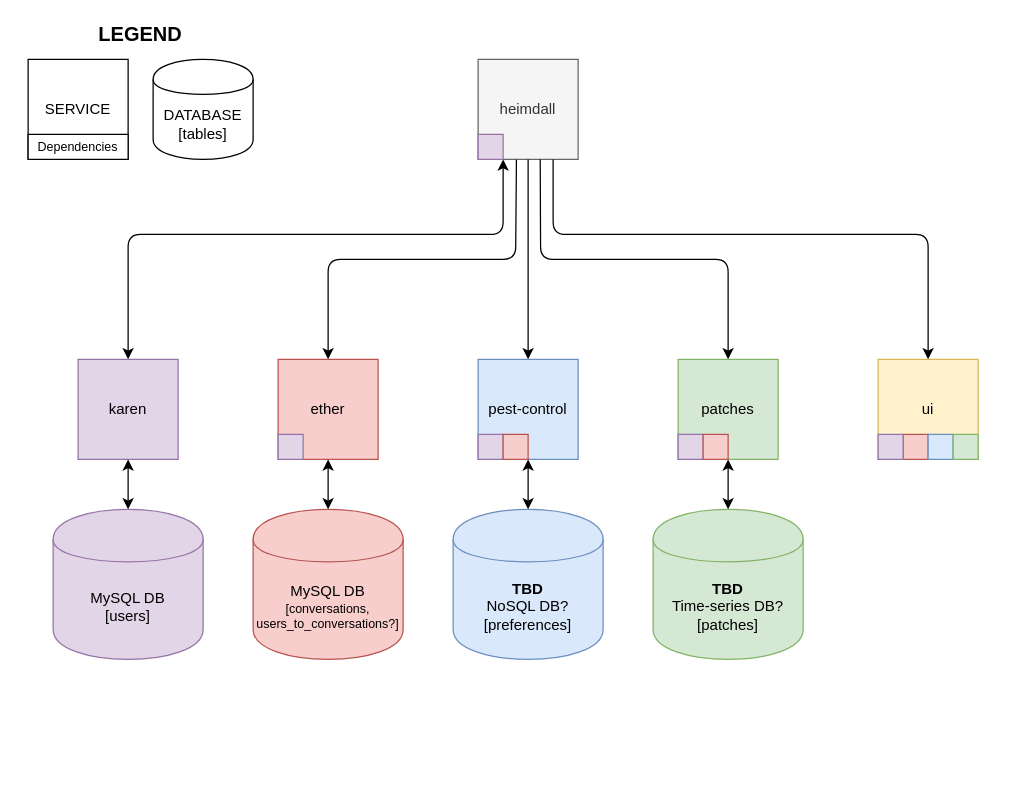
Above: diagrams/riht_microservices.drawio in schramm-famm/docs (draw.io), before the change. Source tidied: cells renumbered, new cells numbered last; positions are measured from the earlier drawing's top-left corner, leaving out a move shared by most shapes. Both pictures are drawn from the tidied source at 125%, with x=0, y=0 at pixel (28, 21).
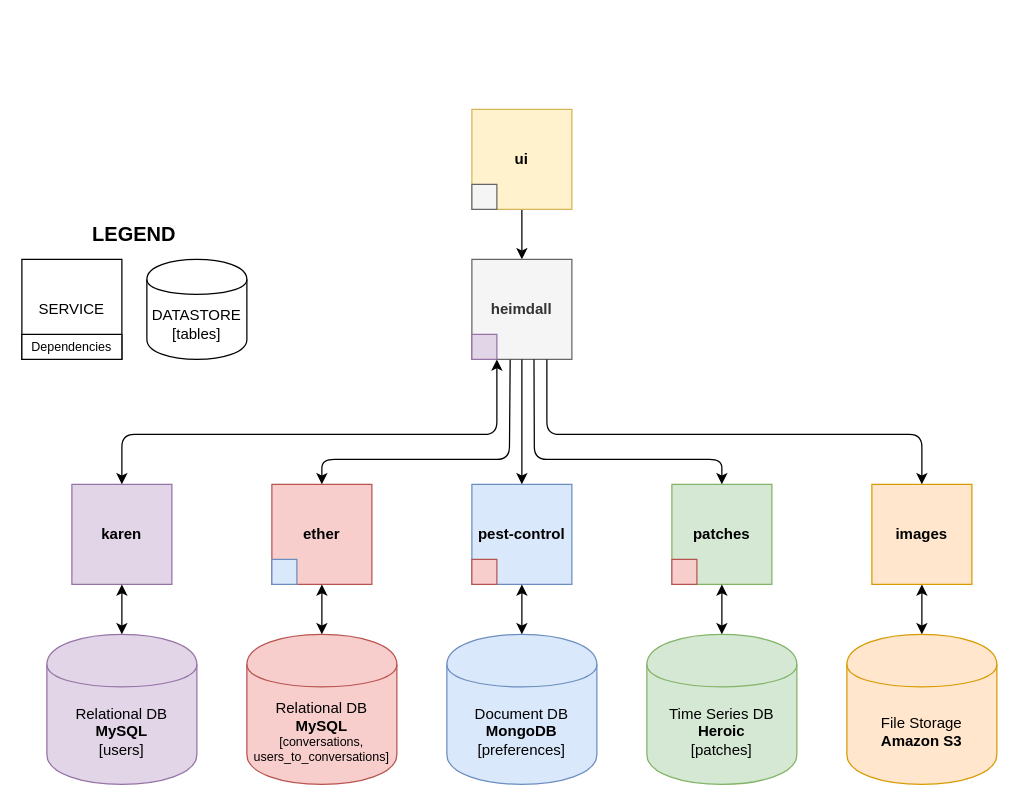
After the change.

Commit message (it also covers changes not shown here):
Update microservices diagram

Diff of the diagram source:
```diff
@@
-    <mxCell id="2" value="&lt;div&gt;ether&lt;/div&gt;" style="whiteSpace=wrap;html=1;fillColor=#f8cecc;strokeColor=#b85450;" parent="1" vertex="1">
-      <mxGeometry x="200" y="270" width="80" height="80" as="geometry" />
+    <mxCell id="2" value="&lt;div&gt;&lt;b&gt;ether&lt;/b&gt;&lt;/div&gt;" style="whiteSpace=wrap;html=1;fillColor=#f8cecc;strokeColor=#b85450;" parent="1" vertex="1">
+      <mxGeometry x="195" y="370" width="80" height="80" as="geometry" />
     </mxCell>
-    <mxCell id="3" value="&lt;div&gt;pest-control&lt;/div&gt;" style="whiteSpace=wrap;html=1;fillColor=#dae8fc;strokeColor=#6c8ebf;" parent="1" vertex="1">
-      <mxGeometry x="360" y="270" width="80" height="80" as="geometry" />
+    <mxCell id="3" value="&lt;div&gt;&lt;b&gt;pest-control&lt;/b&gt;&lt;/div&gt;" style="whiteSpace=wrap;html=1;fillColor=#dae8fc;strokeColor=#6c8ebf;" parent="1" vertex="1">
+      <mxGeometry x="355" y="370" width="80" height="80" as="geometry" />
     </mxCell>
-    <mxCell id="4" value="&lt;div&gt;patches&lt;/div&gt;" style="whiteSpace=wrap;html=1;fillColor=#d5e8d4;strokeColor=#82b366;" parent="1" vertex="1">
-      <mxGeometry x="520" y="270" width="80" height="80" as="geometry" />
+    <mxCell id="4" value="&lt;div&gt;&lt;b&gt;patches&lt;/b&gt;&lt;/div&gt;" style="whiteSpace=wrap;html=1;fillColor=#d5e8d4;strokeColor=#82b366;" parent="1" vertex="1">
+      <mxGeometry x="515" y="370" width="80" height="80" as="geometry" />
     </mxCell>
+    <mxCell id="35" style="edgeStyle=orthogonalEdgeStyle;rounded=0;jettySize=auto;html=1;exitX=0.5;exitY=1;exitDx=0;exitDy=0;entryX=0.5;entryY=0;entryDx=0;entryDy=0;" parent="1" edge="1" source="5" target="13">
+      <mxGeometry relative="1" as="geometry" />
+    </mxCell>
-    <mxCell id="5" value="&lt;div&gt;ui&lt;/div&gt;" style="whiteSpace=wrap;html=1;fillColor=#fff2cc;strokeColor=#d6b656;" parent="1" vertex="1">
-      <mxGeometry x="680" y="270" width="80" height="80" as="geometry" />
+    <mxCell id="5" value="&lt;div&gt;&lt;b&gt;ui&lt;/b&gt;&lt;/div&gt;" style="whiteSpace=wrap;html=1;fillColor=#fff2cc;strokeColor=#d6b656;" parent="1" vertex="1">
+      <mxGeometry x="355" y="70" width="80" height="80" as="geometry" />
     </mxCell>
-    <mxCell id="6" value="&lt;div&gt;karen&lt;/div&gt;" style="whiteSpace=wrap;html=1;fillColor=#e1d5e7;strokeColor=#9673a6;" parent="1" vertex="1">
-      <mxGeometry x="40" y="270" width="80" height="80" as="geometry" />
+    <mxCell id="6" value="&lt;div&gt;&lt;b&gt;karen&lt;/b&gt;&lt;/div&gt;" style="whiteSpace=wrap;html=1;fillColor=#e1d5e7;strokeColor=#9673a6;" parent="1" vertex="1">
+      <mxGeometry x="35" y="370" width="80" height="80" as="geometry" />
     </mxCell>
-    <mxCell id="7" value="&lt;div&gt;MySQL DB&lt;/div&gt;&lt;div&gt;[users]&lt;br&gt;&lt;/div&gt;" style="shape=cylinder;whiteSpace=wrap;html=1;boundedLbl=1;backgroundOutline=1;fillColor=#e1d5e7;strokeColor=#9673a6;" parent="1" vertex="1">
-      <mxGeometry x="20" y="390" width="120" height="120" as="geometry" />
+    <mxCell id="7" value="&lt;div&gt;Relational DB&lt;br&gt;&lt;/div&gt;&lt;div&gt;&lt;b&gt;MySQL&lt;/b&gt;&lt;br&gt;&lt;/div&gt;&lt;div&gt;[users]&lt;br&gt;&lt;/div&gt;" style="shape=cylinder;whiteSpace=wrap;html=1;boundedLbl=1;backgroundOutline=1;fillColor=#e1d5e7;strokeColor=#9673a6;" parent="1" vertex="1">
+      <mxGeometry x="15" y="490" width="120" height="120" as="geometry" />
     </mxCell>
@@
-    <mxCell id="9" value="&lt;div&gt;&lt;b&gt;TBD&lt;/b&gt;&lt;/div&gt;&lt;div&gt;Time-series DB?&lt;/div&gt;&lt;div&gt;[patches]&lt;br&gt;&lt;/div&gt;" style="shape=cylinder;whiteSpace=wrap;html=1;boundedLbl=1;backgroundOutline=1;fillColor=#d5e8d4;strokeColor=#82b366;" parent="1" vertex="1">
-      <mxGeometry x="500" y="390" width="120" height="120" as="geometry" />
+    <mxCell id="9" value="&lt;div&gt;Time Series DB&lt;br&gt;&lt;/div&gt;&lt;div&gt;&lt;b&gt;Heroic&lt;/b&gt;&lt;/div&gt;&lt;div&gt;[patches]&lt;br&gt;&lt;/div&gt;" style="shape=cylinder;whiteSpace=wrap;html=1;boundedLbl=1;backgroundOutline=1;fillColor=#d5e8d4;strokeColor=#82b366;" parent="1" vertex="1">
+      <mxGeometry x="495" y="490" width="120" height="120" as="geometry" />
     </mxCell>
@@
-    <mxCell id="11" value="&lt;div&gt;&lt;b&gt;TBD&lt;/b&gt;&lt;br&gt;&lt;/div&gt;&lt;div&gt;NoSQL DB?&lt;br&gt;&lt;/div&gt;&lt;div&gt;[preferences]&lt;br&gt;&lt;/div&gt;" style="shape=cylinder;whiteSpace=wrap;html=1;boundedLbl=1;backgroundOutline=1;fillColor=#dae8fc;strokeColor=#6c8ebf;" parent="1" vertex="1">
-      <mxGeometry x="340" y="390" width="120" height="120" as="geometry" />
+    <mxCell id="11" value="&lt;div&gt;Document DB&lt;br&gt;&lt;/div&gt;&lt;div&gt;&lt;b&gt;MongoDB&lt;/b&gt;&lt;br&gt;&lt;/div&gt;&lt;div&gt;[preferences]&lt;br&gt;&lt;/div&gt;" style="shape=cylinder;whiteSpace=wrap;html=1;boundedLbl=1;backgroundOutline=1;fillColor=#dae8fc;strokeColor=#6c8ebf;" parent="1" vertex="1">
+      <mxGeometry x="335" y="490" width="120" height="120" as="geometry" />
     </mxCell>
@@
-    <mxCell id="13" value="&lt;div&gt;heimdall&lt;/div&gt;" style="whiteSpace=wrap;html=1;fillColor=#f5f5f5;strokeColor=#666666;fontColor=#333333;" parent="1" vertex="1">
-      <mxGeometry x="360" y="30" width="80" height="80" as="geometry" />
+    <mxCell id="13" value="&lt;div&gt;&lt;b&gt;heimdall&lt;/b&gt;&lt;/div&gt;" style="whiteSpace=wrap;html=1;fillColor=#f5f5f5;strokeColor=#666666;fontColor=#333333;" parent="1" vertex="1">
+      <mxGeometry x="355" y="190" width="80" height="80" as="geometry" />
     </mxCell>
-    <mxCell id="14" value="&lt;div&gt;MySQL DB&lt;/div&gt;&lt;div style=&quot;font-size: 10px&quot;&gt;[conversations, &lt;font style=&quot;font-size: 10px&quot;&gt;users_to_conversations?&lt;/font&gt;]&lt;br&gt;&lt;/div&gt;" style="shape=cylinder;whiteSpace=wrap;html=1;boundedLbl=1;backgroundOutline=1;fillColor=#f8cecc;strokeColor=#b85450;" parent="1" vertex="1">
-      <mxGeometry x="180" y="390" width="120" height="120" as="geometry" />
+    <mxCell id="14" value="&lt;div&gt;Relational DB&lt;br&gt;&lt;/div&gt;&lt;div&gt;&lt;b&gt;MySQL&lt;/b&gt;&lt;br&gt;&lt;/div&gt;&lt;div style=&quot;font-size: 10px&quot;&gt;[conversations, &lt;font style=&quot;font-size: 10px&quot;&gt;users_to_conversations&lt;/font&gt;]&lt;br&gt;&lt;/div&gt;" style="shape=cylinder;whiteSpace=wrap;html=1;boundedLbl=1;backgroundOutline=1;fillColor=#f8cecc;strokeColor=#b85450;" parent="1" vertex="1">
+      <mxGeometry x="175" y="490" width="120" height="120" as="geometry" />
     </mxCell>
@@
-    <mxCell id="16" style="whiteSpace=wrap;html=1;fillColor=#f8cecc;strokeColor=#b85450;" parent="1" vertex="1">
-      <mxGeometry x="700" y="330" width="20" height="20" as="geometry" />
-    </mxCell>
-    <mxCell id="17" style="whiteSpace=wrap;html=1;fillColor=#dae8fc;strokeColor=#6c8ebf;" parent="1" vertex="1">
-      <mxGeometry x="720" y="330" width="20" height="20" as="geometry" />
-    </mxCell>
-    <mxCell id="18" style="whiteSpace=wrap;html=1;fillColor=#d5e8d4;strokeColor=#82b366;" parent="1" vertex="1">
-      <mxGeometry x="740" y="330" width="20" height="20" as="geometry" />
-    </mxCell>
-    <mxCell id="19" style="whiteSpace=wrap;html=1;fillColor=#e1d5e7;strokeColor=#9673a6;" parent="1" vertex="1">
-      <mxGeometry x="680" y="330" width="20" height="20" as="geometry" />
-    </mxCell>
     <mxCell id="20" style="whiteSpace=wrap;html=1;fillColor=#e1d5e7;strokeColor=#9673a6;" parent="1" vertex="1">
-      <mxGeometry x="360" y="90" width="20" height="20" as="geometry" />
+      <mxGeometry x="355" y="250" width="20" height="20" as="geometry" />
     </mxCell>
@@
     <mxCell id="22" style="endArrow=classic;html=1;entryX=0.5;entryY=0;entryDx=0;entryDy=0;exitX=0.383;exitY=1.004;exitDx=0;exitDy=0;exitPerimeter=0;" parent="1" edge="1" source="13" target="2">
       <mxGeometry relative="1" as="geometry">
         <Array as="points">
-          <mxPoint x="390" y="190" />
-          <mxPoint x="240" y="190" />
+          <mxPoint x="385" y="350" />
+          <mxPoint x="235" y="350" />
         </Array>
       </mxGeometry>
     </mxCell>
     <mxCell id="23" style="endArrow=classic;html=1;exitX=0.25;exitY=1;exitDx=0;exitDy=0;entryX=0.5;entryY=0;entryDx=0;entryDy=0;startArrow=classic;startFill=1;" parent="1" edge="1" source="13" target="6">
       <mxGeometry relative="1" as="geometry">
         <Array as="points">
-          <mxPoint x="380" y="170" />
-          <mxPoint x="80" y="170" />
+          <mxPoint x="375" y="330" />
+          <mxPoint x="75" y="330" />
         </Array>
       </mxGeometry>
     </mxCell>
-    <mxCell id="24" style="endArrow=classic;html=1;exitX=0.75;exitY=1;exitDx=0;exitDy=0;entryX=0.5;entryY=0;entryDx=0;entryDy=0;" parent="1" edge="1" source="13" target="5">
-      <mxGeometry relative="1" as="geometry">
-        <Array as="points">
-          <mxPoint x="420" y="170" />
-          <mxPoint x="720" y="170" />
-        </Array>
-      </mxGeometry>
-    </mxCell>
     <mxCell id="25" style="endArrow=classic;html=1;entryX=0.5;entryY=0;entryDx=0;entryDy=0;exitX=0.621;exitY=1;exitDx=0;exitDy=0;exitPerimeter=0;" parent="1" edge="1" source="13" target="4">
       <mxGeometry relative="1" as="geometry">
         <Array as="points">
-          <mxPoint x="410" y="190" />
-          <mxPoint x="560" y="190" />
+          <mxPoint x="405" y="350" />
+          <mxPoint x="555" y="350" />
         </Array>
       </mxGeometry>
     </mxCell>
     <mxCell id="26" value="SERVICE" style="whiteSpace=wrap;html=1;" parent="1" vertex="1">
-      <mxGeometry y="30" width="80" height="80" as="geometry" />
+      <mxGeometry x="-5" y="190" width="80" height="80" as="geometry" />
     </mxCell>
     <mxCell id="27" value="Dependencies" style="rounded=0;whiteSpace=wrap;html=1;fontSize=10;" parent="1" vertex="1">
-      <mxGeometry y="90" width="80" height="20" as="geometry" />
+      <mxGeometry x="-5" y="250" width="80" height="20" as="geometry" />
     </mxCell>
-    <mxCell id="28" value="&lt;div&gt;DATABASE&lt;br&gt;&lt;/div&gt;&lt;div&gt;[tables]&lt;br&gt;&lt;/div&gt;" style="shape=cylinder;whiteSpace=wrap;html=1;boundedLbl=1;backgroundOutline=1;" parent="1" vertex="1">
-      <mxGeometry x="100" y="30" width="80" height="80" as="geometry" />
+    <mxCell id="28" value="&lt;div&gt;DATASTORE&lt;br&gt;&lt;/div&gt;&lt;div&gt;[tables]&lt;br&gt;&lt;/div&gt;" style="shape=cylinder;whiteSpace=wrap;html=1;boundedLbl=1;backgroundOutline=1;" parent="1" vertex="1">
+      <mxGeometry x="95" y="190" width="80" height="80" as="geometry" />
     </mxCell>
     <mxCell id="29" value="&lt;b style=&quot;font-size: 16px;&quot;&gt;LEGEND&lt;/b&gt;" style="text;html=1;strokeColor=none;fillColor=none;align=center;verticalAlign=middle;whiteSpace=wrap;rounded=0;fontSize=16;" parent="1" vertex="1">
-      <mxGeometry x="70" width="40" height="20" as="geometry" />
+      <mxGeometry x="65" y="160" width="40" height="20" as="geometry" />
     </mxCell>
-    <mxCell id="30" style="whiteSpace=wrap;html=1;fillColor=#e1d5e7;strokeColor=#9673a6;" parent="1" vertex="1">
-      <mxGeometry x="200" y="330" width="20" height="20" as="geometry" />
-    </mxCell>
-    <mxCell id="31" style="whiteSpace=wrap;html=1;fillColor=#e1d5e7;strokeColor=#9673a6;" parent="1" vertex="1">
-      <mxGeometry x="360" y="330" width="20" height="20" as="geometry" />
-    </mxCell>
-    <mxCell id="32" style="whiteSpace=wrap;html=1;fillColor=#e1d5e7;strokeColor=#9673a6;" parent="1" vertex="1">
-      <mxGeometry x="520" y="330" width="20" height="20" as="geometry" />
-    </mxCell>
     <mxCell id="33" style="whiteSpace=wrap;html=1;fillColor=#f8cecc;strokeColor=#b85450;" parent="1" vertex="1">
-      <mxGeometry x="380" y="330" width="20" height="20" as="geometry" />
+      <mxGeometry x="355" y="430" width="20" height="20" as="geometry" />
     </mxCell>
     <mxCell id="34" style="whiteSpace=wrap;html=1;fillColor=#f8cecc;strokeColor=#b85450;" parent="1" vertex="1">
-      <mxGeometry x="540" y="330" width="20" height="20" as="geometry" />
+      <mxGeometry x="515" y="430" width="20" height="20" as="geometry" />
     </mxCell>
+    <mxCell id="36" style="whiteSpace=wrap;html=1;fillColor=#f5f5f5;strokeColor=#666666;fontColor=#333333;" parent="1" vertex="1">
+      <mxGeometry x="355" y="130" width="20" height="20" as="geometry" />
+    </mxCell>
+    <mxCell id="37" style="edgeStyle=orthogonalEdgeStyle;rounded=0;jettySize=auto;html=1;startArrow=classic;startFill=1;" parent="1" edge="1" source="38" target="40">
+      <mxGeometry relative="1" as="geometry" />
+    </mxCell>
+    <mxCell id="38" value="&lt;b&gt;images&lt;/b&gt;" style="whiteSpace=wrap;html=1;fillColor=#ffe6cc;strokeColor=#d79b00;" parent="1" vertex="1">
+      <mxGeometry x="675" y="370" width="80" height="80" as="geometry" />
+    </mxCell>
+    <mxCell id="39" style="endArrow=classic;html=1;exitX=0.75;exitY=1;exitDx=0;exitDy=0;entryX=0.5;entryY=0;entryDx=0;entryDy=0;" parent="1" edge="1" source="13" target="38">
+      <mxGeometry relative="1" as="geometry">
+        <Array as="points">
+          <mxPoint x="415" y="330" />
+          <mxPoint x="715" y="330" />
+        </Array>
+      </mxGeometry>
+    </mxCell>
+    <mxCell id="40" value="&lt;div&gt;File Storage&lt;br&gt;&lt;/div&gt;&lt;div&gt;&lt;b&gt;Amazon S3&lt;/b&gt;&lt;/div&gt;" style="shape=cylinder;whiteSpace=wrap;html=1;boundedLbl=1;backgroundOutline=1;fillColor=#ffe6cc;strokeColor=#d79b00;" parent="1" vertex="1">
+      <mxGeometry x="655" y="490" width="120" height="120" as="geometry" />
+    </mxCell>
+    <mxCell id="41" style="rounded=0;whiteSpace=wrap;html=1;fillColor=#dae8fc;strokeColor=#6c8ebf;" parent="1" vertex="1">
+      <mxGeometry x="195" y="430" width="20" height="20" as="geometry" />
+    </mxCell>
```
